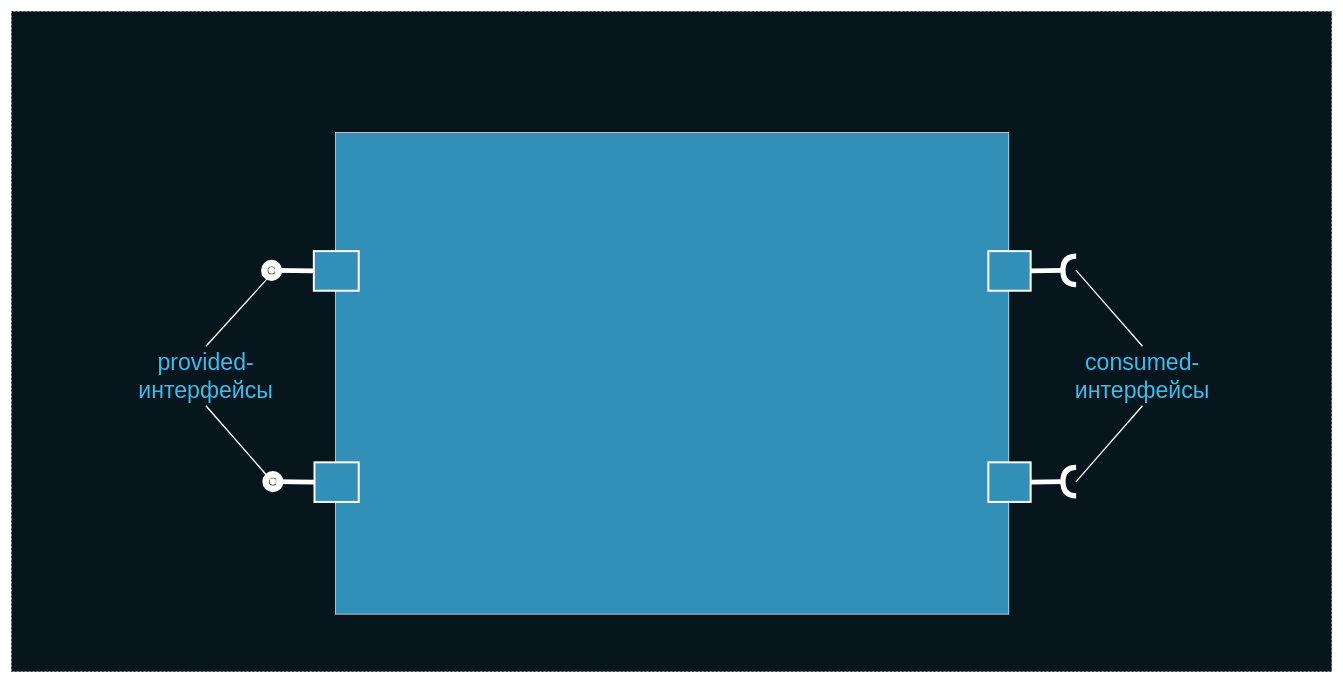
This is deck/ru/diagrams/layerModule.drawio from AlexanderLapygin/ca-react-rest-api-starter, a draw.io file, before an edit. Source tidied: cells renumbered, new cells numbered last; positions are measured from the earlier drawing's top-left corner, leaving out a move shared by most shapes. Both pictures are drawn from the tidied source at 66%, with x=0, y=0 at pixel (11, 11).
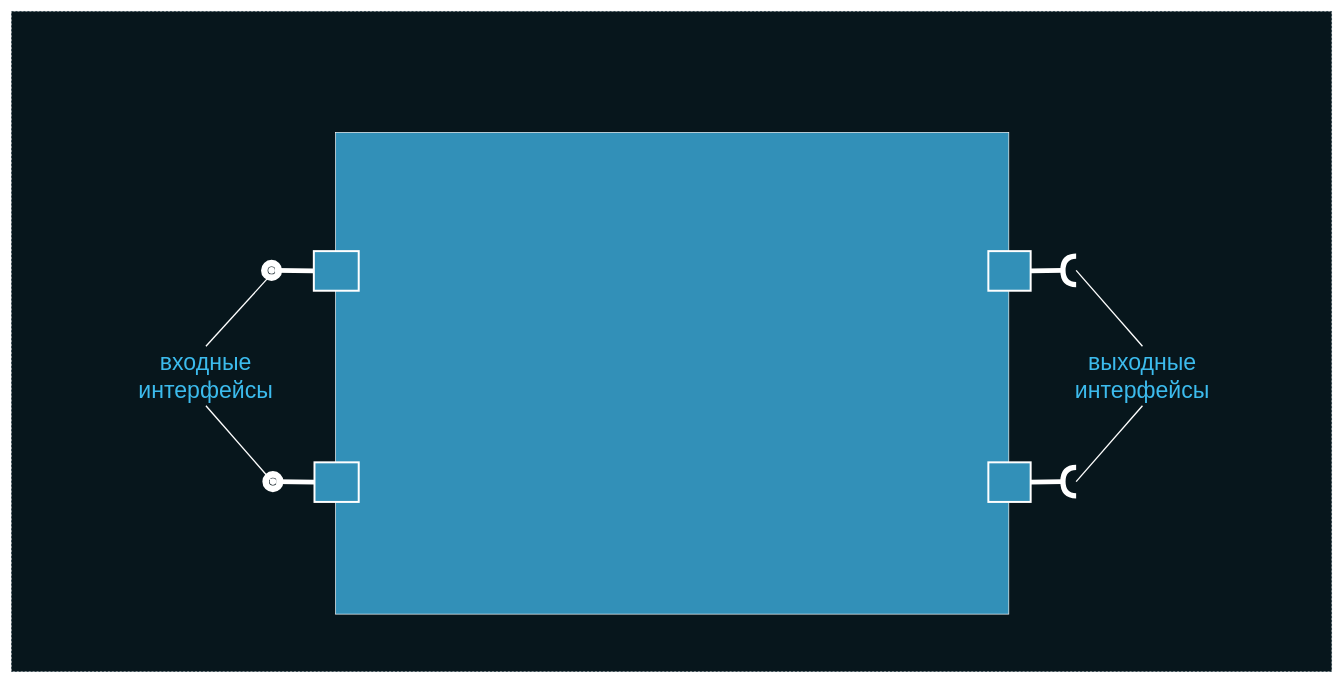
Above is the later version.

The edit, as a diff of the source:
```diff
@@
-    <mxCell id="5" value="provided-&lt;br style=&quot;font-size: 35px&quot;&gt;интерфейсы" style="text;html=1;strokeColor=none;fillColor=none;align=center;verticalAlign=middle;whiteSpace=wrap;rounded=0;fontSize=35;fontColor=#3CBBED;" parent="1" vertex="1">
+    <mxCell id="5" value="входные&lt;br style=&quot;font-size: 35px&quot;&gt;интерфейсы" style="text;html=1;strokeColor=none;fillColor=none;align=center;verticalAlign=middle;whiteSpace=wrap;rounded=0;fontSize=35;fontColor=#3CBBED;" parent="1" vertex="1">
       <mxGeometry x="180" y="507.2" width="229" height="90" as="geometry" />
     </mxCell>
@@
-    <mxCell id="8" value="consumed-&lt;br style=&quot;font-size: 35px&quot;&gt;интерфейсы" style="text;html=1;strokeColor=none;fillColor=none;align=center;verticalAlign=middle;whiteSpace=wrap;rounded=0;fontSize=35;fontColor=#3CBBED;" parent="1" vertex="1">
+    <mxCell id="8" value="выходные&lt;br style=&quot;font-size: 35px&quot;&gt;интерфейсы" style="text;html=1;strokeColor=none;fillColor=none;align=center;verticalAlign=middle;whiteSpace=wrap;rounded=0;fontSize=35;fontColor=#3CBBED;" parent="1" vertex="1">
       <mxGeometry x="1593" y="507.2" width="241" height="90" as="geometry" />
     </mxCell>
```
